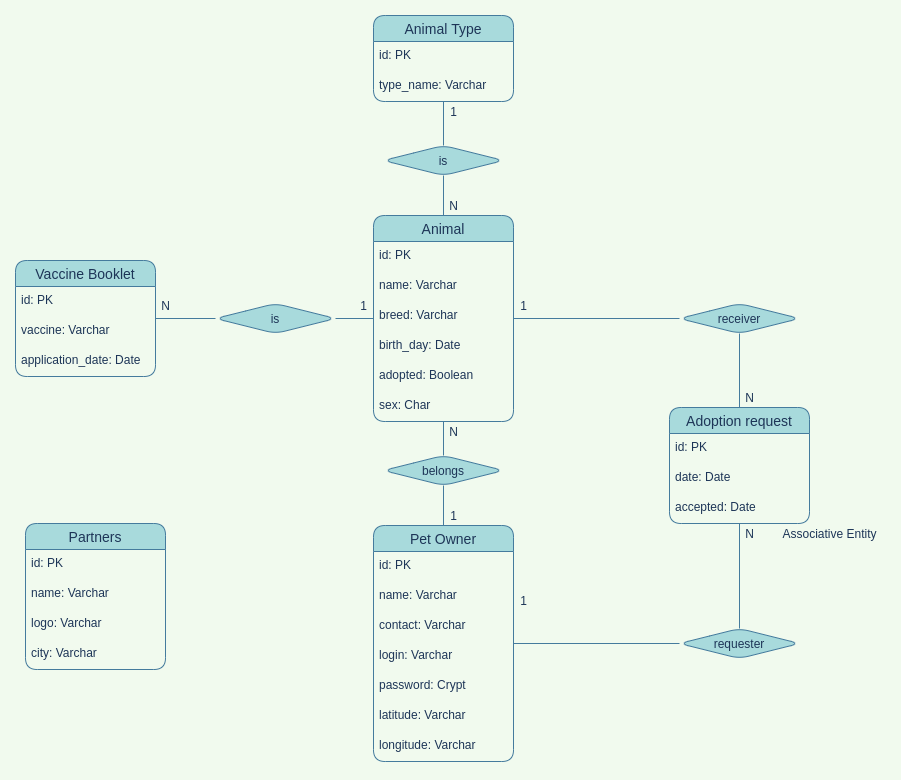
Above: docs/assets/database.png in PedroHenriqueDevBR/adocao-animal-web (draw.io), before the change. Source tidied: cells renumbered, new cells last; positions are measured from the earlier drawing's top-left corner, leaving out a move shared by most shapes.
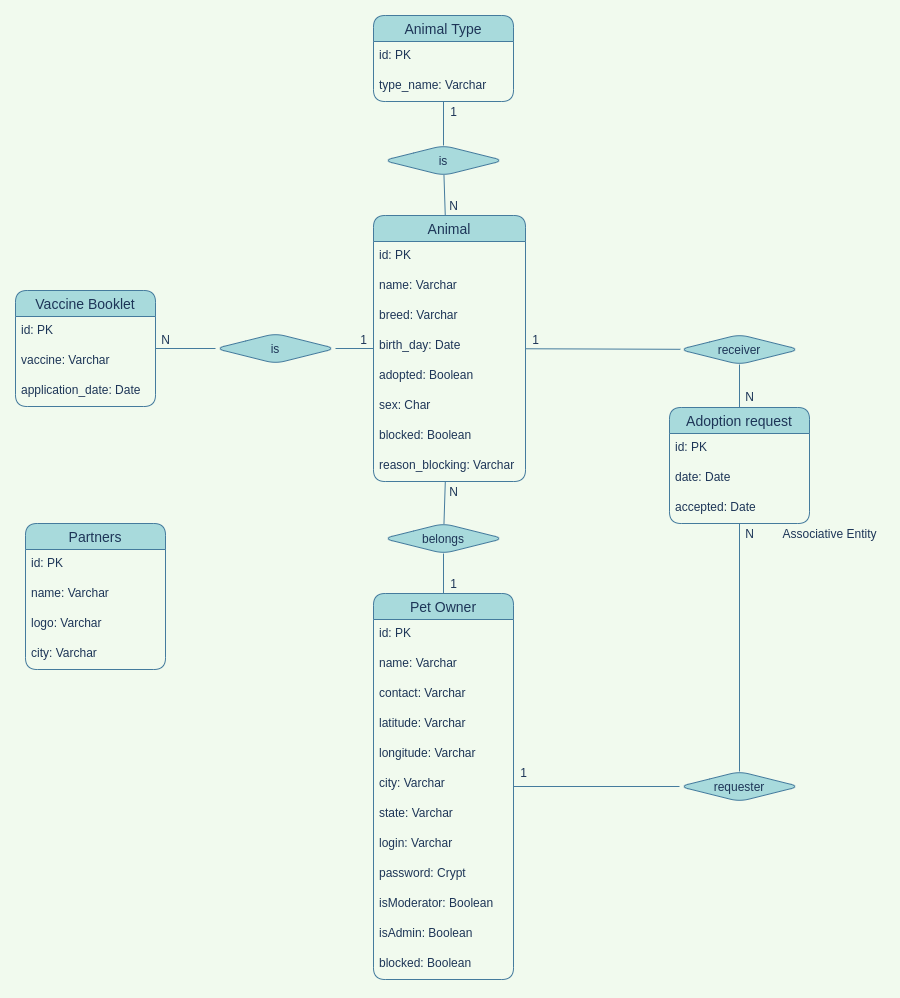
The same diagram one commit later.

The edit, as a diff of the source:
```diff
@@ -3,26 +3,32 @@
     <mxCell id="0" />
     <mxCell id="1" parent="0" />
     <mxCell id="2" value="Animal" style="swimlane;fontStyle=0;horizontal=1;startSize=26;align=center;fontSize=14;fillColor=#A8DADC;strokeColor=#457B9D;fontColor=#1D3557;rounded=1;" parent="1" vertex="1">
-      <mxGeometry x="358" y="200" width="140" height="206" as="geometry" />
+      <mxGeometry x="358" y="200" width="152" height="266" as="geometry" />
     </mxCell>
     <mxCell id="3" value="id: PK" style="text;strokeColor=none;fillColor=none;spacingLeft=4;spacingRight=4;overflow=hidden;fontSize=12;fontColor=#1D3557;rounded=1;" parent="2" vertex="1">
-      <mxGeometry y="26" width="140" height="30" as="geometry" />
+      <mxGeometry y="26" width="152" height="30" as="geometry" />
     </mxCell>
     <mxCell id="4" value="name: Varchar" style="text;strokeColor=none;fillColor=none;spacingLeft=4;spacingRight=4;overflow=hidden;fontSize=12;fontColor=#1D3557;rounded=1;" parent="2" vertex="1">
-      <mxGeometry y="56" width="140" height="30" as="geometry" />
+      <mxGeometry y="56" width="152" height="30" as="geometry" />
     </mxCell>
     <mxCell id="5" value="breed: Varchar" style="text;strokeColor=none;fillColor=none;spacingLeft=4;spacingRight=4;overflow=hidden;fontSize=12;fontColor=#1D3557;rounded=1;" parent="2" vertex="1">
-      <mxGeometry y="86" width="140" height="30" as="geometry" />
+      <mxGeometry y="86" width="152" height="30" as="geometry" />
     </mxCell>
     <mxCell id="6" value="birth_day: Date" style="text;strokeColor=none;fillColor=none;spacingLeft=4;spacingRight=4;overflow=hidden;fontSize=12;fontColor=#1D3557;rounded=1;" parent="2" vertex="1">
-      <mxGeometry y="116" width="140" height="30" as="geometry" />
+      <mxGeometry y="116" width="152" height="30" as="geometry" />
     </mxCell>
     <mxCell id="7" value="adopted: Boolean" style="text;strokeColor=none;fillColor=none;spacingLeft=4;spacingRight=4;overflow=hidden;fontSize=12;fontColor=#1D3557;rounded=1;" parent="2" vertex="1">
-      <mxGeometry y="146" width="140" height="30" as="geometry" />
+      <mxGeometry y="146" width="152" height="30" as="geometry" />
     </mxCell>
     <mxCell id="8" value="sex: Char" style="text;strokeColor=none;fillColor=none;spacingLeft=4;spacingRight=4;overflow=hidden;fontSize=12;fontColor=#1D3557;rounded=1;" parent="2" vertex="1">
-      <mxGeometry y="176" width="140" height="30" as="geometry" />
+      <mxGeometry y="176" width="152" height="30" as="geometry" />
     </mxCell>
+    <mxCell id="59" value="blocked: Boolean" style="text;strokeColor=none;fillColor=none;spacingLeft=4;spacingRight=4;overflow=hidden;fontSize=12;fontColor=#1D3557;rounded=1;" parent="2" vertex="1">
+      <mxGeometry y="206" width="152" height="30" as="geometry" />
+    </mxCell>
+    <mxCell id="60" value="reason_blocking: Varchar" style="text;strokeColor=none;fillColor=none;spacingLeft=4;spacingRight=4;overflow=hidden;fontSize=12;fontColor=#1D3557;rounded=1;" parent="2" vertex="1">
+      <mxGeometry y="236" width="152" height="30" as="geometry" />
+    </mxCell>
     <mxCell id="9" value="Animal Type" style="swimlane;fontStyle=0;horizontal=1;startSize=26;align=center;fontSize=14;fillColor=#A8DADC;strokeColor=#457B9D;fontColor=#1D3557;rounded=1;" parent="1" vertex="1">
       <mxGeometry x="358" width="140" height="86" as="geometry" />
     </mxCell>
@@ -48,7 +54,7 @@
       <mxGeometry x="428" y="180" width="20" height="20" as="geometry" />
     </mxCell>
     <mxCell id="17" value="Pet Owner" style="swimlane;fontStyle=0;horizontal=1;startSize=26;align=center;fontSize=14;fillColor=#A8DADC;strokeColor=#457B9D;fontColor=#1D3557;rounded=1;" parent="1" vertex="1">
-      <mxGeometry x="358" y="510" width="140" height="236" as="geometry" />
+      <mxGeometry x="358" y="578" width="140" height="386" as="geometry" />
     </mxCell>
     <mxCell id="18" value="id: PK" style="text;strokeColor=none;fillColor=none;spacingLeft=4;spacingRight=4;overflow=hidden;fontSize=12;fontColor=#1D3557;rounded=1;" parent="17" vertex="1">
       <mxGeometry y="26" width="140" height="30" as="geometry" />
@@ -59,20 +65,35 @@
     <mxCell id="20" value="contact: Varchar" style="text;strokeColor=none;fillColor=none;spacingLeft=4;spacingRight=4;overflow=hidden;fontSize=12;fontColor=#1D3557;rounded=1;" parent="17" vertex="1">
       <mxGeometry y="86" width="140" height="30" as="geometry" />
     </mxCell>
+    <mxCell id="23" value="latitude: Varchar" style="text;strokeColor=none;fillColor=none;spacingLeft=4;spacingRight=4;overflow=hidden;fontSize=12;fontColor=#1D3557;rounded=1;" parent="17" vertex="1">
+      <mxGeometry y="116" width="140" height="30" as="geometry" />
+    </mxCell>
+    <mxCell id="24" value="longitude: Varchar" style="text;strokeColor=none;fillColor=none;spacingLeft=4;spacingRight=4;overflow=hidden;fontSize=12;fontColor=#1D3557;rounded=1;" parent="17" vertex="1">
+      <mxGeometry y="146" width="140" height="30" as="geometry" />
+    </mxCell>
+    <mxCell id="61" value="city: Varchar" style="text;strokeColor=none;fillColor=none;spacingLeft=4;spacingRight=4;overflow=hidden;fontSize=12;fontColor=#1D3557;rounded=1;" parent="17" vertex="1">
+      <mxGeometry y="176" width="140" height="30" as="geometry" />
+    </mxCell>
+    <mxCell id="62" value="state: Varchar" style="text;strokeColor=none;fillColor=none;spacingLeft=4;spacingRight=4;overflow=hidden;fontSize=12;fontColor=#1D3557;rounded=1;" parent="17" vertex="1">
+      <mxGeometry y="206" width="140" height="30" as="geometry" />
+    </mxCell>
     <mxCell id="21" value="login: Varchar" style="text;strokeColor=none;fillColor=none;spacingLeft=4;spacingRight=4;overflow=hidden;fontSize=12;fontColor=#1D3557;rounded=1;" parent="17" vertex="1">
-      <mxGeometry y="116" width="140" height="30" as="geometry" />
+      <mxGeometry y="236" width="140" height="30" as="geometry" />
     </mxCell>
     <mxCell id="22" value="password: Crypt" style="text;strokeColor=none;fillColor=none;spacingLeft=4;spacingRight=4;overflow=hidden;fontSize=12;fontColor=#1D3557;rounded=1;" parent="17" vertex="1">
-      <mxGeometry y="146" width="140" height="30" as="geometry" />
+      <mxGeometry y="266" width="140" height="30" as="geometry" />
     </mxCell>
-    <mxCell id="23" value="latitude: Varchar" style="text;strokeColor=none;fillColor=none;spacingLeft=4;spacingRight=4;overflow=hidden;fontSize=12;fontColor=#1D3557;rounded=1;" parent="17" vertex="1">
-      <mxGeometry y="176" width="140" height="30" as="geometry" />
-    </mxCell>
-    <mxCell id="24" value="longitude: Varchar" style="text;strokeColor=none;fillColor=none;spacingLeft=4;spacingRight=4;overflow=hidden;fontSize=12;fontColor=#1D3557;rounded=1;" parent="17" vertex="1">
-      <mxGeometry y="206" width="140" height="30" as="geometry" />
-    </mxCell>
+    <mxCell id="63" value="isModerator: Boolean" style="text;strokeColor=none;fillColor=none;spacingLeft=4;spacingRight=4;overflow=hidden;fontSize=12;fontColor=#1D3557;rounded=1;" parent="17" vertex="1">
+      <mxGeometry y="296" width="140" height="30" as="geometry" />
+    </mxCell>
+    <mxCell id="64" value="isAdmin: Boolean" style="text;strokeColor=none;fillColor=none;spacingLeft=4;spacingRight=4;overflow=hidden;fontSize=12;fontColor=#1D3557;rounded=1;" parent="17" vertex="1">
+      <mxGeometry y="326" width="140" height="30" as="geometry" />
+    </mxCell>
+    <mxCell id="65" value="blocked: Boolean" style="text;strokeColor=none;fillColor=none;spacingLeft=4;spacingRight=4;overflow=hidden;fontSize=12;fontColor=#1D3557;rounded=1;" parent="17" vertex="1">
+      <mxGeometry y="356" width="140" height="30" as="geometry" />
+    </mxCell>
     <mxCell id="25" value="belongs" style="shape=rhombus;perimeter=rhombusPerimeter;whiteSpace=wrap;html=1;align=center;fillColor=#A8DADC;strokeColor=#457B9D;fontColor=#1D3557;rounded=1;" parent="1" vertex="1">
-      <mxGeometry x="368" y="440" width="120" height="30" as="geometry" />
+      <mxGeometry x="368" y="508" width="120" height="30" as="geometry" />
     </mxCell>
     <mxCell id="26" style="endArrow=none;html=1;labelBackgroundColor=#F1FAEE;strokeColor=#457B9D;fontColor=#1D3557;curved=1;" parent="1" edge="1" source="2" target="25">
       <mxGeometry relative="1" as="geometry" />
@@ -81,13 +102,13 @@
       <mxGeometry relative="1" as="geometry" />
     </mxCell>
     <mxCell id="28" value="N" style="text;html=1;align=center;verticalAlign=middle;strokeColor=none;fontColor=#1D3557;rounded=1;" parent="1" vertex="1">
-      <mxGeometry x="428" y="406" width="20" height="20" as="geometry" />
+      <mxGeometry x="428" y="466" width="20" height="20" as="geometry" />
     </mxCell>
     <mxCell id="29" value="1" style="text;html=1;align=center;verticalAlign=middle;strokeColor=none;fontColor=#1D3557;rounded=1;" parent="1" vertex="1">
-      <mxGeometry x="428" y="490" width="20" height="20" as="geometry" />
+      <mxGeometry x="428" y="558" width="20" height="20" as="geometry" />
     </mxCell>
     <mxCell id="30" value="Vaccine Booklet" style="swimlane;fontStyle=0;horizontal=1;startSize=26;align=center;fontSize=14;fillColor=#A8DADC;strokeColor=#457B9D;fontColor=#1D3557;rounded=1;" parent="1" vertex="1">
-      <mxGeometry y="245" width="140" height="116" as="geometry" />
+      <mxGeometry y="275" width="140" height="116" as="geometry" />
     </mxCell>
     <mxCell id="31" value="id: PK" style="text;strokeColor=none;fillColor=none;spacingLeft=4;spacingRight=4;overflow=hidden;fontSize=12;fontColor=#1D3557;rounded=1;" parent="30" vertex="1">
       <mxGeometry y="26" width="140" height="30" as="geometry" />
@@ -99,7 +120,7 @@
       <mxGeometry y="86" width="140" height="30" as="geometry" />
     </mxCell>
     <mxCell id="34" value="is" style="shape=rhombus;perimeter=rhombusPerimeter;whiteSpace=wrap;html=1;align=center;fillColor=#A8DADC;strokeColor=#457B9D;fontColor=#1D3557;rounded=1;" parent="1" vertex="1">
-      <mxGeometry x="200" y="288" width="120" height="30" as="geometry" />
+      <mxGeometry x="200" y="318" width="120" height="30" as="geometry" />
     </mxCell>
     <mxCell id="35" style="endArrow=none;html=1;labelBackgroundColor=#F1FAEE;strokeColor=#457B9D;fontColor=#1D3557;curved=1;" parent="1" edge="1" source="30" target="34">
       <mxGeometry relative="1" as="geometry" />
@@ -120,7 +141,7 @@
       <mxGeometry y="86" width="140" height="30" as="geometry" />
     </mxCell>
     <mxCell id="41" value="requester" style="shape=rhombus;perimeter=rhombusPerimeter;whiteSpace=wrap;html=1;align=center;fillColor=#A8DADC;strokeColor=#457B9D;fontColor=#1D3557;rounded=1;" parent="1" vertex="1">
-      <mxGeometry x="664" y="613" width="120" height="30" as="geometry" />
+      <mxGeometry x="664" y="756" width="120" height="30" as="geometry" />
     </mxCell>
     <mxCell id="42" style="endArrow=none;html=1;labelBackgroundColor=#F1FAEE;strokeColor=#457B9D;fontColor=#1D3557;curved=1;" parent="1" edge="1" source="41" target="17">
       <mxGeometry relative="1" as="geometry" />
@@ -129,7 +150,7 @@
       <mxGeometry relative="1" as="geometry" />
     </mxCell>
     <mxCell id="44" value="receiver" style="shape=rhombus;perimeter=rhombusPerimeter;whiteSpace=wrap;html=1;align=center;fillColor=#A8DADC;strokeColor=#457B9D;fontColor=#1D3557;rounded=1;" parent="1" vertex="1">
-      <mxGeometry x="664" y="288" width="120" height="30" as="geometry" />
+      <mxGeometry x="664" y="319" width="120" height="30" as="geometry" />
     </mxCell>
     <mxCell id="45" style="endArrow=none;html=1;labelBackgroundColor=#F1FAEE;strokeColor=#457B9D;fontColor=#1D3557;curved=1;" parent="1" edge="1" source="44" target="37">
       <mxGeometry relative="1" as="geometry" />
@@ -138,22 +159,22 @@
       <mxGeometry relative="1" as="geometry" />
     </mxCell>
     <mxCell id="47" value="N" style="text;html=1;align=center;verticalAlign=middle;strokeColor=none;fontColor=#1D3557;rounded=1;" parent="1" vertex="1">
-      <mxGeometry x="724" y="372" width="20" height="20" as="geometry" />
+      <mxGeometry x="724" y="371" width="20" height="20" as="geometry" />
     </mxCell>
     <mxCell id="48" value="1" style="text;html=1;align=center;verticalAlign=middle;strokeColor=none;fontColor=#1D3557;rounded=1;" parent="1" vertex="1">
-      <mxGeometry x="498" y="280" width="20" height="20" as="geometry" />
+      <mxGeometry x="510" y="314" width="20" height="20" as="geometry" />
     </mxCell>
     <mxCell id="49" value="N" style="text;html=1;align=center;verticalAlign=middle;strokeColor=none;fontColor=#1D3557;rounded=1;" parent="1" vertex="1">
       <mxGeometry x="724" y="508" width="20" height="20" as="geometry" />
     </mxCell>
     <mxCell id="50" value="1" style="text;html=1;align=center;verticalAlign=middle;strokeColor=none;fontColor=#1D3557;rounded=1;" parent="1" vertex="1">
-      <mxGeometry x="498" y="575" width="20" height="20" as="geometry" />
+      <mxGeometry x="498" y="747" width="20" height="20" as="geometry" />
     </mxCell>
     <mxCell id="51" value="N" style="text;html=1;align=center;verticalAlign=middle;strokeColor=none;fontColor=#1D3557;rounded=1;" parent="1" vertex="1">
-      <mxGeometry x="140" y="280" width="20" height="20" as="geometry" />
+      <mxGeometry x="140" y="314" width="20" height="20" as="geometry" />
     </mxCell>
     <mxCell id="52" value="1" style="text;html=1;align=center;verticalAlign=middle;strokeColor=none;fontColor=#1D3557;rounded=1;" parent="1" vertex="1">
-      <mxGeometry x="338" y="280" width="20" height="20" as="geometry" />
+      <mxGeometry x="338" y="314" width="20" height="20" as="geometry" />
     </mxCell>
     <mxCell id="53" value="Associative Entity" style="text;html=1;align=center;verticalAlign=middle;strokeColor=none;fontColor=#1D3557;rounded=1;" parent="1" vertex="1">
       <mxGeometry x="759" y="508" width="110" height="20" as="geometry" />
```
